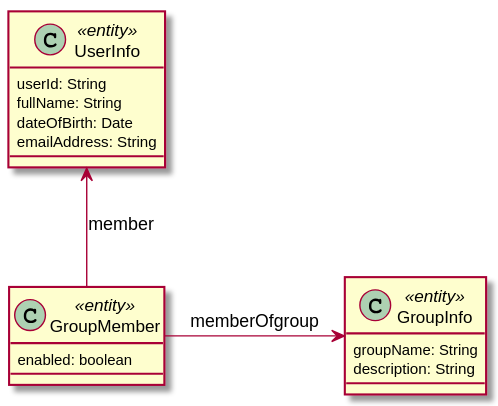
Earlier version of the PlantUML export src/docs/images/spring-data-rest-demo-data-model.svg (corneil/spring-data-rest-angular-demo). Its source is kept beside it as src/docs/images/spring-data-rest-demo-data-model.puml. The source it was exported from:
```plantuml
@startuml

class UserInfo << entity >> {
    userId: String
    fullName: String
    dateOfBirth: Date
    emailAddress: String
}
class GroupInfo << entity >> {
    groupName: String
    description: String
}
class GroupMember << entity >> {
    enabled: boolean
}

GroupMember -right-> GroupInfo: memberOfgroup
GroupMember -up-> UserInfo: member

@enduml
```
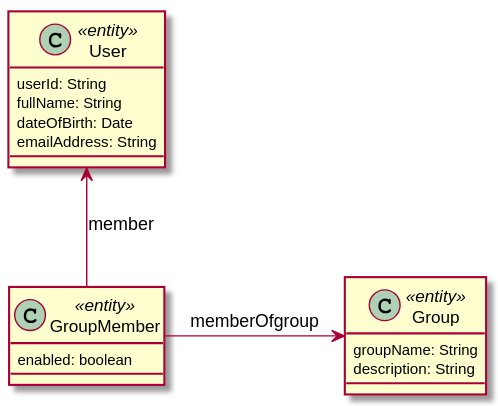
After the change.

The edit, as a diff of the source:
```diff
@@ -1,12 +1,12 @@
 @startuml
 
-class UserInfo << entity >> {
+class User << entity >> {
     userId: String
     fullName: String
     dateOfBirth: Date
     emailAddress: String
 }
-class GroupInfo << entity >> {
+class Group << entity >> {
     groupName: String
     description: String
 }
@@ -14,7 +14,7 @@
     enabled: boolean
 }
 
-GroupMember -right-> GroupInfo: memberOfgroup
-GroupMember -up-> UserInfo: member
+GroupMember -right-> Group: memberOfgroup
+GroupMember -up-> User: member
 
 @enduml
```
